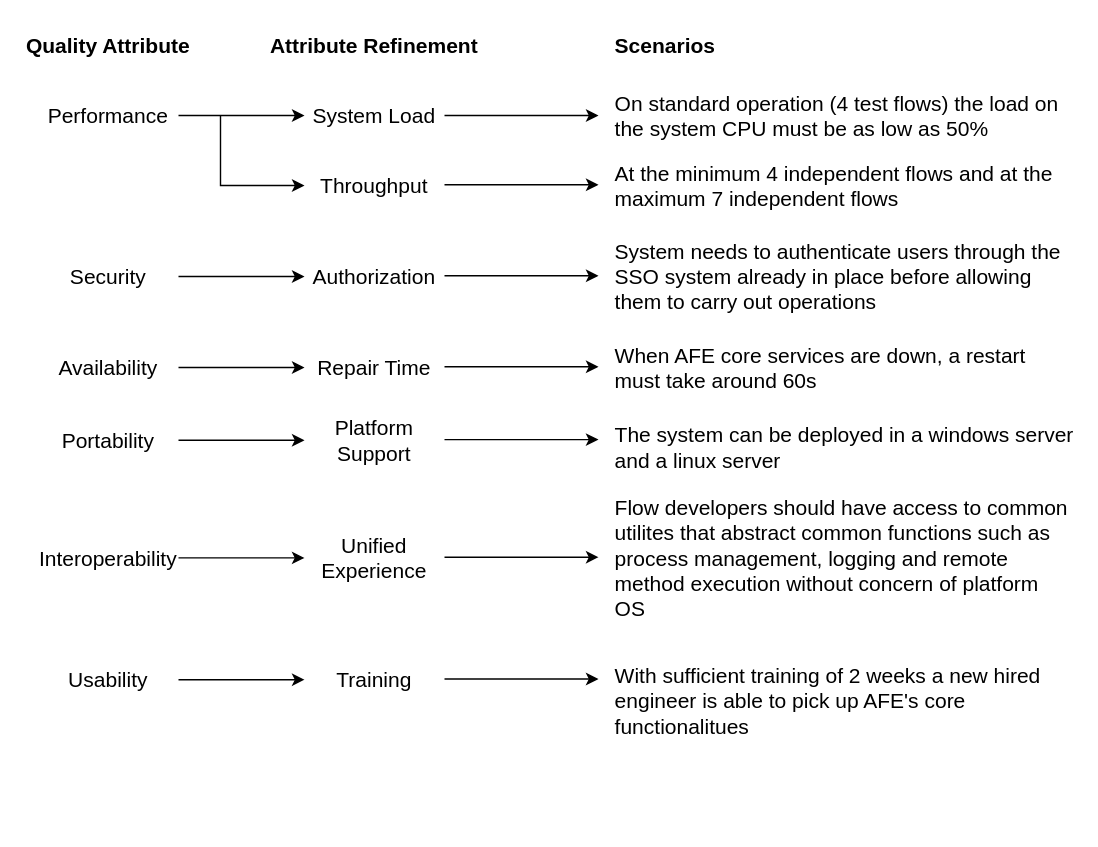
Akhilsudh/BITS-Assignment keeps this draw.io diagram as Semester 2/Software Architecture/Assignment 2/drawioFiles/UtilityDiagram.drawio. Above is the earlier version. Source tidied: cells renumbered, new cells numbered last; positions are measured from the earlier drawing's top-left corner, leaving out a move shared by most shapes. Both pictures are drawn from the tidied source at 140%, with x=0, y=0 at pixel (24, 24).
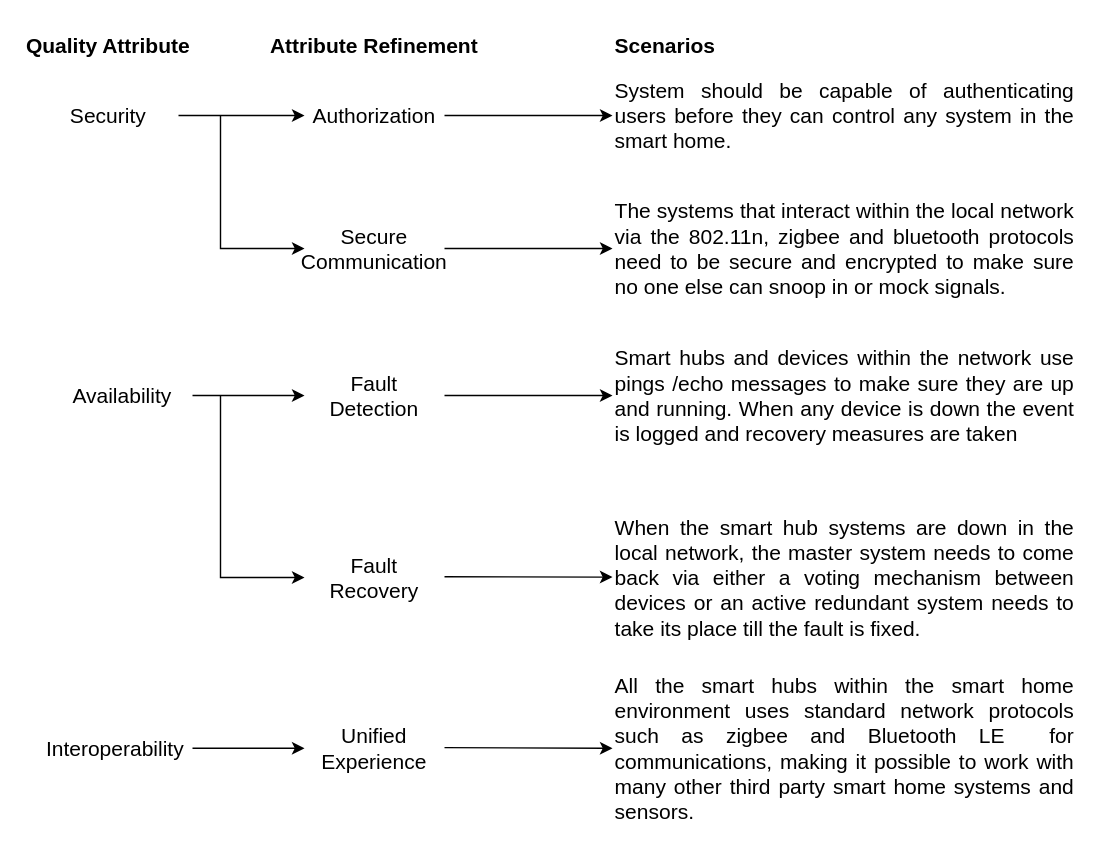
The same page after the edit.

The edit, as a diff of the source:
```diff
@@
-    <mxCell id="2" value="&lt;font style=&quot;font-size: 15px&quot;&gt;Performance&lt;/font&gt;" style="text;html=1;strokeColor=none;fillColor=none;align=center;verticalAlign=middle;whiteSpace=wrap;rounded=0;" parent="1" vertex="1">
+    <mxCell id="2" value="&lt;font style=&quot;font-size: 15px&quot;&gt;Security&lt;/font&gt;" style="text;html=1;strokeColor=none;fillColor=none;align=center;verticalAlign=middle;whiteSpace=wrap;rounded=0;" parent="1" vertex="1">
       <mxGeometry x="10" y="50" width="100" height="30" as="geometry" />
     </mxCell>
-    <mxCell id="3" value="&lt;font style=&quot;font-size: 15px&quot;&gt;Throughput&lt;/font&gt;" style="text;html=1;strokeColor=none;fillColor=none;align=center;verticalAlign=middle;whiteSpace=wrap;rounded=0;" parent="1" vertex="1">
-      <mxGeometry x="200" y="100" width="100" height="30" as="geometry" />
+    <mxCell id="3" value="&lt;font style=&quot;font-size: 15px&quot;&gt;Secure Communication&lt;/font&gt;" style="text;html=1;strokeColor=none;fillColor=none;align=center;verticalAlign=middle;whiteSpace=wrap;rounded=0;" parent="1" vertex="1">
+      <mxGeometry x="200" y="145" width="100" height="30" as="geometry" />
     </mxCell>
-    <mxCell id="4" value="&lt;font style=&quot;font-size: 15px&quot;&gt;System Load&lt;/font&gt;" style="text;html=1;strokeColor=none;fillColor=none;align=center;verticalAlign=middle;whiteSpace=wrap;rounded=0;" parent="1" vertex="1">
+    <mxCell id="4" value="&lt;font style=&quot;font-size: 15px&quot;&gt;Authorization&lt;/font&gt;" style="text;html=1;strokeColor=none;fillColor=none;align=center;verticalAlign=middle;whiteSpace=wrap;rounded=0;" parent="1" vertex="1">
       <mxGeometry x="200" y="50" width="100" height="30" as="geometry" />
     </mxCell>
-    <mxCell id="5" value="On standard operation (4 test flows) the load on the system CPU must be as low as 50%" style="text;html=1;strokeColor=none;fillColor=none;align=left;verticalAlign=middle;whiteSpace=wrap;rounded=0;fontSize=15;" parent="1" vertex="1">
-      <mxGeometry x="420" y="50" width="330" height="30" as="geometry" />
+    <mxCell id="5" value="&lt;div style=&quot;text-align: justify&quot;&gt;&lt;span&gt;System should be capable of authenticating users before they can control any system in the smart home.&lt;/span&gt;&lt;/div&gt;" style="text;html=1;strokeColor=none;fillColor=none;align=left;verticalAlign=middle;whiteSpace=wrap;rounded=0;fontSize=15;" parent="1" vertex="1">
+      <mxGeometry x="420" y="35" width="330" height="60" as="geometry" />
     </mxCell>
-    <mxCell id="6" value="At the minimum 4 independent flows and at the maximum 7 independent flows" style="text;html=1;strokeColor=none;fillColor=none;align=left;verticalAlign=middle;whiteSpace=wrap;rounded=0;fontSize=15;" parent="1" vertex="1">
-      <mxGeometry x="420" y="100" width="330" height="30" as="geometry" />
+    <mxCell id="6" value="&lt;div style=&quot;text-align: justify&quot;&gt;&lt;span&gt;The systems that interact within the local network via the 802.11n, zigbee and bluetooth protocols need to be secure and encrypted to make sure no one else can snoop in or mock signals.&lt;/span&gt;&lt;/div&gt;" style="text;html=1;strokeColor=none;fillColor=none;align=left;verticalAlign=middle;whiteSpace=wrap;rounded=0;fontSize=15;" parent="1" vertex="1">
+      <mxGeometry x="420" y="125" width="330" height="70" as="geometry" />
     </mxCell>
     <mxCell id="7" value="&lt;font style=&quot;font-size: 15px&quot;&gt;Availability&lt;/font&gt;" style="text;html=1;strokeColor=none;fillColor=none;align=center;verticalAlign=middle;whiteSpace=wrap;rounded=0;" parent="1" vertex="1">
-      <mxGeometry x="10" y="230" width="100" height="30" as="geometry" />
+      <mxGeometry x="20" y="250" width="100" height="30" as="geometry" />
     </mxCell>
-    <mxCell id="8" value="&lt;font style=&quot;font-size: 15px&quot;&gt;Repair Time&lt;/font&gt;" style="text;html=1;strokeColor=none;fillColor=none;align=center;verticalAlign=middle;whiteSpace=wrap;rounded=0;" parent="1" vertex="1">
-      <mxGeometry x="200" y="230" width="100" height="30" as="geometry" />
+    <mxCell id="8" value="&lt;font style=&quot;font-size: 15px&quot;&gt;Fault Recovery&lt;/font&gt;" style="text;html=1;strokeColor=none;fillColor=none;align=center;verticalAlign=middle;whiteSpace=wrap;rounded=0;" parent="1" vertex="1">
+      <mxGeometry x="200" y="380" width="100" height="30" as="geometry" />
     </mxCell>
-    <mxCell id="9" value="When AFE core services are down, a restart must take around 60s" style="text;html=1;strokeColor=none;fillColor=none;align=left;verticalAlign=middle;whiteSpace=wrap;rounded=0;fontSize=15;" parent="1" vertex="1">
-      <mxGeometry x="420" y="230" width="330" height="30" as="geometry" />
+    <mxCell id="9" value="&lt;div style=&quot;text-align: justify&quot;&gt;&lt;span&gt;When the smart hub systems are down in the local network, the master system needs to come back via either a voting mechanism between devices or an active redundant system needs to take its place till the fault is fixed.&lt;/span&gt;&lt;/div&gt;" style="text;html=1;strokeColor=none;fillColor=none;align=left;verticalAlign=middle;whiteSpace=wrap;rounded=0;fontSize=15;" parent="1" vertex="1">
+      <mxGeometry x="420" y="350" width="330" height="90" as="geometry" />
     </mxCell>
-    <mxCell id="10" value="&lt;font style=&quot;font-size: 15px&quot;&gt;Usability&lt;/font&gt;" style="text;html=1;strokeColor=none;fillColor=none;align=center;verticalAlign=middle;whiteSpace=wrap;rounded=0;" parent="1" vertex="1">
-      <mxGeometry x="10" y="453" width="100" height="30" as="geometry" />
-    </mxCell>
-    <mxCell id="11" value="&lt;font style=&quot;font-size: 15px&quot;&gt;Training&lt;/font&gt;" style="text;html=1;strokeColor=none;fillColor=none;align=center;verticalAlign=middle;whiteSpace=wrap;rounded=0;" parent="1" vertex="1">
-      <mxGeometry x="200" y="453" width="100" height="30" as="geometry" />
-    </mxCell>
-    <mxCell id="12" value="With sufficient training of 2 weeks a new hired engineer is able to pick up AFE's core functionalitues" style="text;html=1;strokeColor=none;fillColor=none;align=left;verticalAlign=middle;whiteSpace=wrap;rounded=0;fontSize=15;" parent="1" vertex="1">
-      <mxGeometry x="420" y="453" width="330" height="60" as="geometry" />
-    </mxCell>
-    <mxCell id="13" value="&lt;font style=&quot;font-size: 15px&quot;&gt;Portability&lt;/font&gt;" style="text;html=1;strokeColor=none;fillColor=none;align=center;verticalAlign=middle;whiteSpace=wrap;rounded=0;" parent="1" vertex="1">
-      <mxGeometry x="10" y="282" width="100" height="30" as="geometry" />
-    </mxCell>
-    <mxCell id="14" value="&lt;font style=&quot;font-size: 15px&quot;&gt;Platform Support&lt;/font&gt;" style="text;html=1;strokeColor=none;fillColor=none;align=center;verticalAlign=middle;whiteSpace=wrap;rounded=0;" parent="1" vertex="1">
-      <mxGeometry x="200" y="282" width="100" height="30" as="geometry" />
-    </mxCell>
-    <mxCell id="15" value="The system can be deployed in a windows server and a linux server" style="text;html=1;strokeColor=none;fillColor=none;align=left;verticalAlign=middle;whiteSpace=wrap;rounded=0;fontSize=15;" parent="1" vertex="1">
-      <mxGeometry x="420" y="282" width="330" height="40" as="geometry" />
-    </mxCell>
-    <mxCell id="16" value="&lt;span style=&quot;font-size: 15px&quot;&gt;Security&lt;/span&gt;" style="text;html=1;strokeColor=none;fillColor=none;align=center;verticalAlign=middle;whiteSpace=wrap;rounded=0;" parent="1" vertex="1">
-      <mxGeometry x="10" y="165" width="100" height="30" as="geometry" />
-    </mxCell>
-    <mxCell id="17" value="&lt;font style=&quot;font-size: 15px&quot;&gt;Authorization&lt;/font&gt;" style="text;html=1;strokeColor=none;fillColor=none;align=center;verticalAlign=middle;whiteSpace=wrap;rounded=0;" parent="1" vertex="1">
-      <mxGeometry x="200" y="165" width="100" height="30" as="geometry" />
-    </mxCell>
-    <mxCell id="18" value="System needs to authenticate users through the SSO system already in place before allowing them to carry out operations" style="text;html=1;strokeColor=none;fillColor=none;align=left;verticalAlign=middle;whiteSpace=wrap;rounded=0;fontSize=15;" parent="1" vertex="1">
-      <mxGeometry x="420" y="150" width="330" height="60" as="geometry" />
-    </mxCell>
@@
     <mxCell id="20" style="endArrow=classic;html=1;rounded=0;fontSize=15;align=center;entryX=0;entryY=0.5;entryDx=0;entryDy=0;" parent="1" edge="1" target="3">
       <mxGeometry relative="1" as="geometry">
         <mxPoint x="140" y="65" as="sourcePoint" />
         <Array as="points">
-          <mxPoint x="140" y="115" />
+          <mxPoint x="140" y="160" />
         </Array>
       </mxGeometry>
     </mxCell>
-    <mxCell id="21" style="endArrow=classic;html=1;rounded=0;fontSize=15;exitX=1;exitY=0.5;exitDx=0;exitDy=0;align=center;entryX=0;entryY=0.5;entryDx=0;entryDy=0;" parent="1" edge="1" source="7" target="8">
+    <mxCell id="21" style="endArrow=classic;html=1;rounded=0;fontSize=15;exitX=1;exitY=0.5;exitDx=0;exitDy=0;align=center;entryX=0;entryY=0.5;entryDx=0;entryDy=0;" parent="1" edge="1" source="7" target="40">
       <mxGeometry relative="1" as="geometry" />
     </mxCell>
-    <mxCell id="22" style="endArrow=classic;html=1;rounded=0;fontSize=15;exitX=1;exitY=0.5;exitDx=0;exitDy=0;align=center;entryX=0;entryY=0.5;entryDx=0;entryDy=0;" parent="1" edge="1" source="16" target="17">
-      <mxGeometry relative="1" as="geometry" />
-    </mxCell>
-    <mxCell id="23" style="endArrow=classic;html=1;rounded=0;fontSize=15;exitX=1;exitY=0.5;exitDx=0;exitDy=0;align=center;" parent="1" edge="1" source="13" target="14">
-      <mxGeometry relative="1" as="geometry" />
-    </mxCell>
-    <mxCell id="24" style="endArrow=classic;html=1;rounded=0;fontSize=15;exitX=1;exitY=0.5;exitDx=0;exitDy=0;align=center;entryX=0;entryY=0.5;entryDx=0;entryDy=0;" parent="1" edge="1" source="10" target="11">
-      <mxGeometry relative="1" as="geometry" />
-    </mxCell>
-    <mxCell id="25" style="endArrow=classic;html=1;rounded=0;fontSize=15;exitX=1;exitY=0.5;exitDx=0;exitDy=0;align=center;" parent="1" edge="1" source="4">
-      <mxGeometry relative="1" as="geometry">
-        <mxPoint x="410" y="65" as="targetPoint" />
-      </mxGeometry>
+    <mxCell id="25" style="endArrow=classic;html=1;rounded=0;fontSize=15;exitX=1;exitY=0.5;exitDx=0;exitDy=0;align=center;entryX=0;entryY=0.5;entryDx=0;entryDy=0;" parent="1" edge="1" source="4" target="5">
+      <mxGeometry relative="1" as="geometry" />
     </mxCell>
-    <mxCell id="26" style="endArrow=classic;html=1;rounded=0;fontSize=15;exitX=1;exitY=0.5;exitDx=0;exitDy=0;align=center;" parent="1" edge="1">
-      <mxGeometry relative="1" as="geometry">
-        <mxPoint x="300" y="114.5" as="sourcePoint" />
-        <mxPoint x="410" y="114.5" as="targetPoint" />
-      </mxGeometry>
+    <mxCell id="26" style="endArrow=classic;html=1;rounded=0;fontSize=15;exitX=1;exitY=0.5;exitDx=0;exitDy=0;align=center;entryX=0;entryY=0.5;entryDx=0;entryDy=0;" parent="1" edge="1" source="3" target="6">
+      <mxGeometry relative="1" as="geometry" />
     </mxCell>
-    <mxCell id="27" style="endArrow=classic;html=1;rounded=0;fontSize=15;exitX=1;exitY=0.5;exitDx=0;exitDy=0;align=center;" parent="1" edge="1">
+    <mxCell id="27" style="endArrow=classic;html=1;rounded=0;fontSize=15;exitX=1;exitY=0.5;exitDx=0;exitDy=0;align=center;" parent="1" edge="1" target="9">
       <mxGeometry relative="1" as="geometry">
-        <mxPoint x="300" y="244.5" as="sourcePoint" />
-        <mxPoint x="410" y="244.5" as="targetPoint" />
+        <mxPoint x="300" y="394.5" as="sourcePoint" />
       </mxGeometry>
     </mxCell>
-    <mxCell id="28" style="endArrow=classic;html=1;rounded=0;fontSize=15;exitX=1;exitY=0.5;exitDx=0;exitDy=0;align=center;" parent="1" edge="1">
-      <mxGeometry relative="1" as="geometry">
-        <mxPoint x="300" y="179.5" as="sourcePoint" />
-        <mxPoint x="410" y="179.5" as="targetPoint" />
-      </mxGeometry>
-    </mxCell>
-    <mxCell id="29" style="endArrow=classic;html=1;rounded=0;fontSize=15;exitX=1;exitY=0.5;exitDx=0;exitDy=0;align=center;" parent="1" edge="1">
-      <mxGeometry relative="1" as="geometry">
-        <mxPoint x="300" y="296.5" as="sourcePoint" />
-        <mxPoint x="410" y="296.5" as="targetPoint" />
-      </mxGeometry>
-    </mxCell>
-    <mxCell id="30" style="endArrow=classic;html=1;rounded=0;fontSize=15;exitX=1;exitY=0.5;exitDx=0;exitDy=0;align=center;" parent="1" edge="1">
-      <mxGeometry relative="1" as="geometry">
-        <mxPoint x="300" y="467.5" as="sourcePoint" />
-        <mxPoint x="410" y="467.5" as="targetPoint" />
-      </mxGeometry>
-    </mxCell>
@@
     <mxCell id="34" value="&lt;font style=&quot;font-size: 15px&quot;&gt;Interoperability&lt;/font&gt;" style="text;html=1;strokeColor=none;fillColor=none;align=center;verticalAlign=middle;whiteSpace=wrap;rounded=0;" parent="1" vertex="1">
-      <mxGeometry x="10" y="366" width="100" height="30" as="geometry" />
+      <mxGeometry x="10" y="502" width="110" height="30" as="geometry" />
     </mxCell>
     <mxCell id="35" value="&lt;font style=&quot;font-size: 15px&quot;&gt;Unified Experience&lt;/font&gt;" style="text;html=1;strokeColor=none;fillColor=none;align=center;verticalAlign=middle;whiteSpace=wrap;rounded=0;" parent="1" vertex="1">
-      <mxGeometry x="200" y="366" width="100" height="30" as="geometry" />
+      <mxGeometry x="200" y="502" width="100" height="30" as="geometry" />
     </mxCell>
-    <mxCell id="36" value="Flow developers should have access to common utilites that abstract common functions such as process management, logging and remote method execution without concern of platform OS" style="text;html=1;strokeColor=none;fillColor=none;align=left;verticalAlign=middle;whiteSpace=wrap;rounded=0;fontSize=15;" parent="1" vertex="1">
-      <mxGeometry x="420" y="334" width="330" height="94" as="geometry" />
+    <mxCell id="36" value="&lt;div style=&quot;text-align: justify&quot;&gt;&lt;span&gt;All the smart hubs within the smart home environment uses standard network protocols such as zigbee and Bluetooth LE&amp;nbsp; for communications, making it possible to work with many other third party smart home systems and sensors.&lt;/span&gt;&lt;/div&gt;" style="text;html=1;strokeColor=none;fillColor=none;align=left;verticalAlign=middle;whiteSpace=wrap;rounded=0;fontSize=15;" parent="1" vertex="1">
+      <mxGeometry x="420" y="467" width="330" height="100" as="geometry" />
     </mxCell>
@@
-    <mxCell id="38" style="endArrow=classic;html=1;rounded=0;fontSize=15;exitX=1;exitY=0.5;exitDx=0;exitDy=0;align=center;" parent="1" edge="1">
+    <mxCell id="38" style="endArrow=classic;html=1;rounded=0;fontSize=15;exitX=1;exitY=0.5;exitDx=0;exitDy=0;align=center;entryX=0;entryY=0.5;entryDx=0;entryDy=0;" parent="1" edge="1" target="36">
       <mxGeometry relative="1" as="geometry">
-        <mxPoint x="300" y="380.5" as="sourcePoint" />
-        <mxPoint x="410" y="380.5" as="targetPoint" />
+        <mxPoint x="300" y="516.5" as="sourcePoint" />
       </mxGeometry>
     </mxCell>
+    <mxCell id="39" style="endArrow=classic;html=1;rounded=0;fontSize=15;align=center;entryX=0;entryY=0.5;entryDx=0;entryDy=0;" parent="1" edge="1" target="8">
+      <mxGeometry relative="1" as="geometry">
+        <mxPoint x="140" y="265" as="sourcePoint" />
+        <Array as="points">
+          <mxPoint x="140" y="395" />
+        </Array>
+      </mxGeometry>
+    </mxCell>
+    <mxCell id="40" value="&lt;font style=&quot;font-size: 15px&quot;&gt;Fault Detection&lt;/font&gt;" style="text;html=1;strokeColor=none;fillColor=none;align=center;verticalAlign=middle;whiteSpace=wrap;rounded=0;" parent="1" vertex="1">
+      <mxGeometry x="200" y="250" width="100" height="30" as="geometry" />
+    </mxCell>
+    <mxCell id="41" style="endArrow=classic;html=1;rounded=0;fontSize=15;exitX=1;exitY=0.5;exitDx=0;exitDy=0;align=center;entryX=0;entryY=0.5;entryDx=0;entryDy=0;" parent="1" edge="1" source="40" target="42">
+      <mxGeometry relative="1" as="geometry" />
+    </mxCell>
+    <mxCell id="42" value="&lt;div style=&quot;text-align: justify&quot;&gt;&lt;span&gt;Smart hubs and devices within the network use pings /echo messages to make sure they are up and running. When any device is down the event is logged and recovery measures are taken&amp;nbsp;&amp;nbsp;&lt;/span&gt;&lt;/div&gt;" style="text;html=1;strokeColor=none;fillColor=none;align=left;verticalAlign=middle;whiteSpace=wrap;rounded=0;fontSize=15;" parent="1" vertex="1">
+      <mxGeometry x="420" y="220" width="330" height="90" as="geometry" />
+    </mxCell>
```
